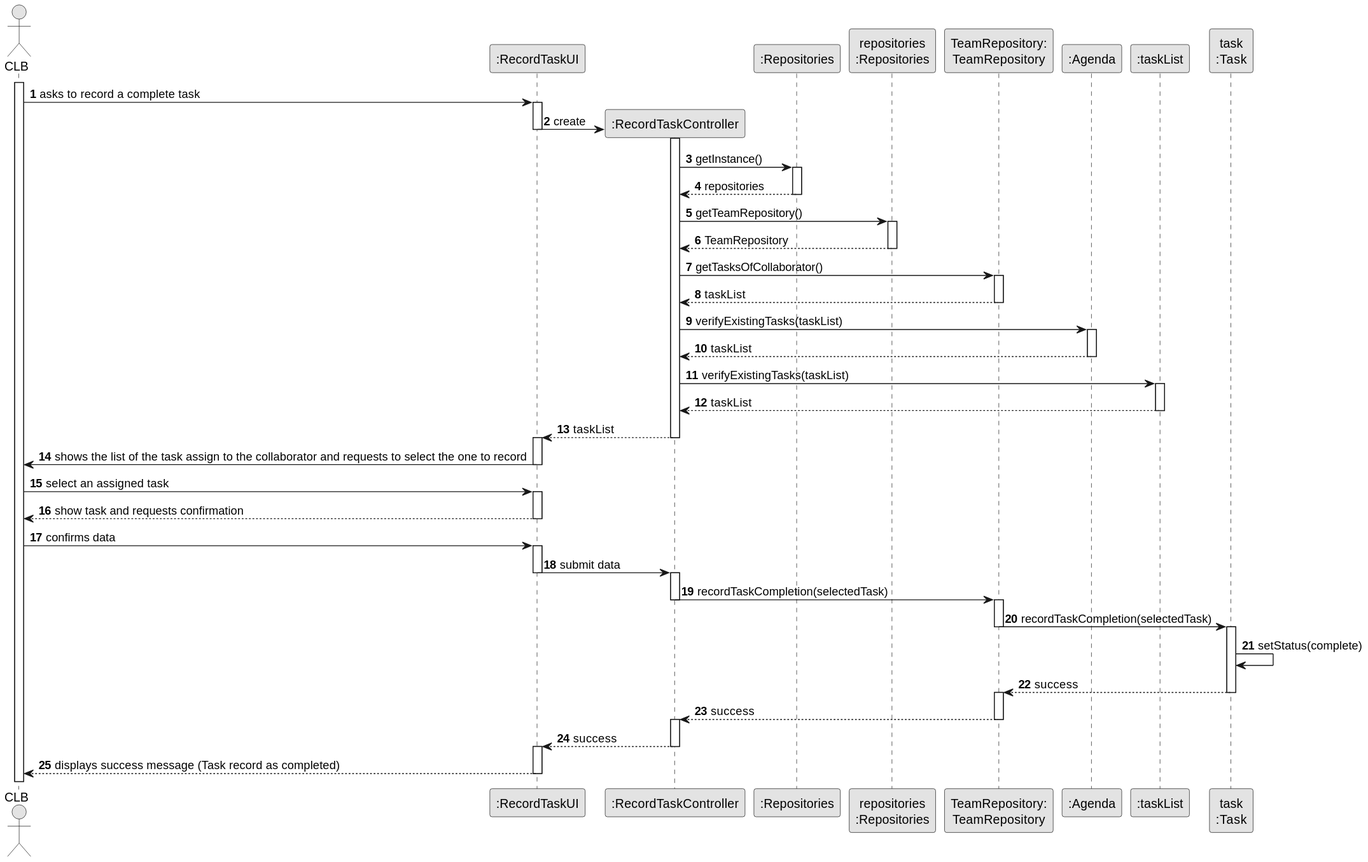
Earlier version of the PlantUML export docs/sprintC/us029/03.design/svg/us029-sequence-diagram-full.svg (ricardomm7/leaflink).
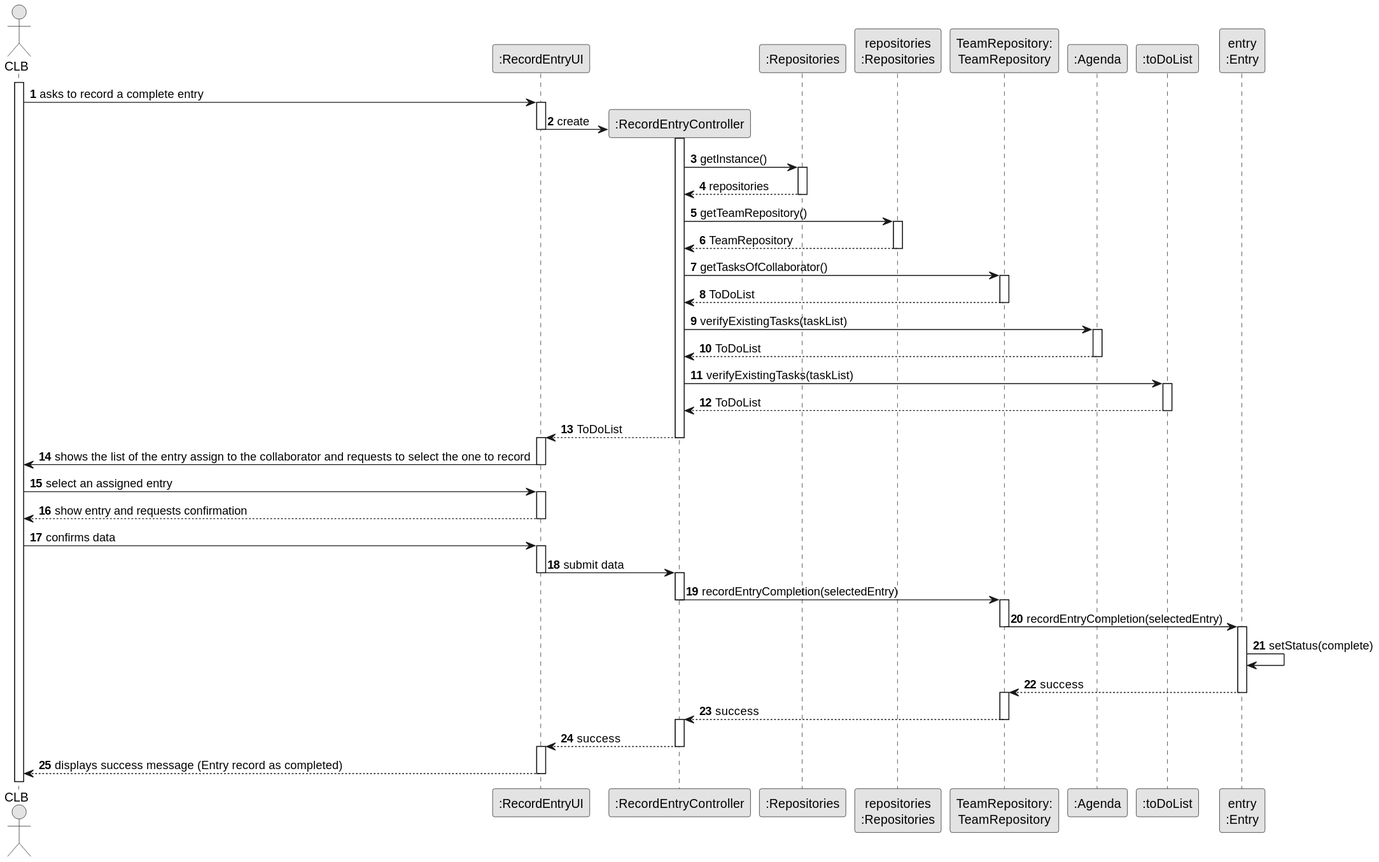
Later version of the same file.

What changed in the source:
```diff
@@ -7,20 +7,20 @@
 autonumber
 
 actor "CLB" as CLB
-participant ":RecordTaskUI" as UI
-participant ":RecordTaskController" as CTRL
+participant ":RecordEntryUI" as UI
+participant ":RecordEntryController" as CTRL
 participant ":Repositories" as RepositorySingleton
 participant "repositories\n:Repositories" as PLAT
 participant "TeamRepository:\nTeamRepository" as TeamRepository
 participant ":Agenda" as Agenda
-participant ":taskList" as taskList
+participant ":toDoList" as ToDoList
 
-participant "task\n:Task" as Task
+participant "entry\n:Entry" as Entry
 
 
 activate CLB
 
-    CLB -> UI : asks to record a complete task
+    CLB -> UI : asks to record a complete entry
     activate UI
 
         UI -> CTRL** : create
@@ -42,32 +42,32 @@
             CTRL -> TeamRepository : getTasksOfCollaborator()
             activate TeamRepository
 
-                TeamRepository --> CTRL : taskList
+                TeamRepository --> CTRL : ToDoList
             deactivate TeamRepository
 
             CTRL -> Agenda : verifyExistingTasks(taskList)
             activate Agenda
 
-                Agenda --> CTRL : taskList
+                Agenda --> CTRL : ToDoList
             deactivate Agenda
 
-            CTRL -> taskList : verifyExistingTasks(taskList)
-            activate taskList
+            CTRL -> ToDoList : verifyExistingTasks(taskList)
+            activate ToDoList
 
-                taskList --> CTRL : taskList
-            deactivate taskList
+                ToDoList --> CTRL : ToDoList
+            deactivate ToDoList
 
-            CTRL --> UI : taskList
+            CTRL --> UI : ToDoList
         deactivate CTRL
         activate UI
 
-        UI -> CLB : shows the list of the task assign to the collaborator and requests to select the one to record
+        UI -> CLB : shows the list of the entry assign to the collaborator and requests to select the one to record
     deactivate UI
 
-    CLB -> UI : select an assigned task
+    CLB -> UI : select an assigned entry
     activate UI
 
-        UI --> CLB : show task and requests confirmation
+        UI --> CLB : show entry and requests confirmation
     deactivate UI
 
     CLB -> UI : confirms data
@@ -77,18 +77,18 @@
         deactivate UI
         activate CTRL
 
-            CTRL -> TeamRepository : recordTaskCompletion(selectedTask)
+            CTRL -> TeamRepository : recordEntryCompletion(selectedEntry)
             deactivate CTRL
             activate TeamRepository
 
-                TeamRepository -> Task : recordTaskCompletion(selectedTask)
+                TeamRepository -> Entry : recordEntryCompletion(selectedEntry)
                 deactivate TeamRepository
-                activate Task
+                activate Entry
 
-                    Task -> Task : setStatus(complete)
+                    Entry -> Entry : setStatus(complete)
 
-                Task --> TeamRepository : success
-                deactivate Task
+                Entry --> TeamRepository : success
+                deactivate Entry
                 activate TeamRepository
 
             TeamRepository --> CTRL : success
@@ -99,6 +99,6 @@
         deactivate CTRL
         activate UI
 
-        UI --> CLB : displays success message (Task record as completed)
+        UI --> CLB : displays success message (Entry record as completed)
     deactivate UI
 @enduml
```
